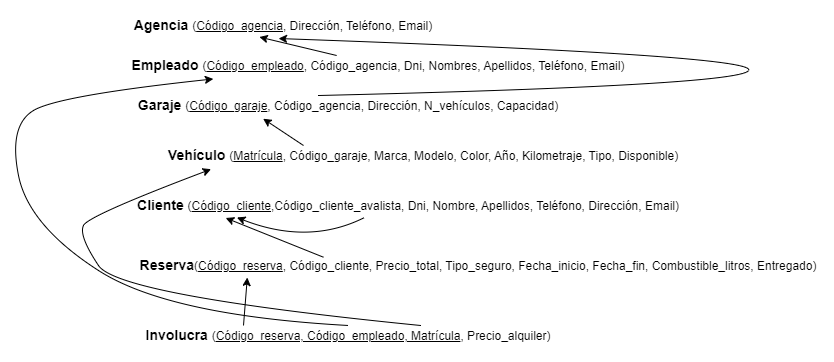
The draw.io diagram Grafo relacional. Alquiler de coches.drawio.png in Fabrizzioperilli/Rent-a-car, before a commit. Source tidied: cells renumbered, new cells last; positions are measured from the earlier drawing's top-left corner, leaving out a move shared by most shapes.
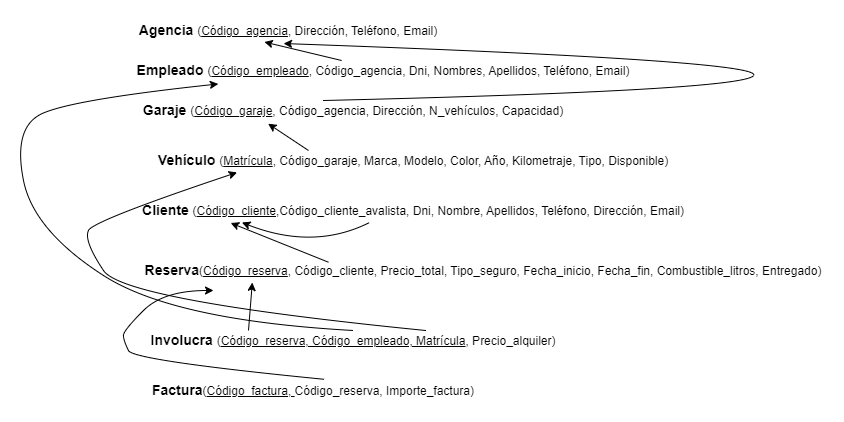
After the commit.

Commit message:
Cambios en todo el proyecto al incorporar la tabla factura

The edit, as a diff of the source:
```diff
@@ -15,7 +15,7 @@
       <mxGeometry x="120" y="80" width="440" height="20" as="geometry" />
     </mxCell>
     <mxCell id="6" value="&lt;b&gt;Vehículo&amp;nbsp;&lt;/b&gt;&lt;font style=&quot;font-size: 12px;&quot;&gt;(&lt;u&gt;Matrícula&lt;/u&gt;, Código_garaje, Marca, Modelo, Color, Año, Kilometraje, Tipo, Disponible)&lt;/font&gt;" style="text;html=1;strokeColor=none;fillColor=none;align=center;verticalAlign=middle;whiteSpace=wrap;rounded=0;fontSize=14;" parent="1" vertex="1">
-      <mxGeometry x="120" y="130" width="590" height="20" as="geometry" />
+      <mxGeometry x="105" y="130" width="590" height="20" as="geometry" />
     </mxCell>
     <mxCell id="7" style="endArrow=classic;html=1;rounded=0;fontSize=12;entryX=0.306;entryY=1.161;entryDx=0;entryDy=0;entryPerimeter=0;" parent="1" edge="1" target="5">
       <mxGeometry relative="1" as="geometry">
@@ -60,7 +60,7 @@
         </Array>
       </mxGeometry>
     </mxCell>
-    <mxCell id="15" style="curved=1;endArrow=classic;html=1;rounded=0;entryX=0.14;entryY=1.185;entryDx=0;entryDy=0;entryPerimeter=0;exitX=0.672;exitY=0;exitDx=0;exitDy=0;exitPerimeter=0;" parent="1" edge="1" source="8" target="6">
+    <mxCell id="15" style="curved=1;endArrow=classic;html=1;rounded=0;entryX=0.201;entryY=1.097;entryDx=0;entryDy=0;entryPerimeter=0;exitX=0.672;exitY=0;exitDx=0;exitDy=0;exitPerimeter=0;" parent="1" edge="1" source="8" target="6">
       <mxGeometry relative="1" as="geometry">
         <Array as="points">
           <mxPoint x="110" y="280" />
@@ -72,5 +72,19 @@
     <mxCell id="16" style="endArrow=classic;html=1;rounded=0;exitX=0.25;exitY=0;exitDx=0;exitDy=0;entryX=0.16;entryY=1.1;entryDx=0;entryDy=0;entryPerimeter=0;" parent="1" edge="1" source="8" target="10">
       <mxGeometry relative="1" as="geometry" />
     </mxCell>
+    <mxCell id="17" value="&lt;b&gt;Factura&lt;/b&gt;&lt;font style=&quot;font-size: 12px;&quot;&gt;(&lt;u&gt;Código_factura,&amp;nbsp;&lt;/u&gt;Código_reserva, Importe_factura)&lt;/font&gt;" style="text;html=1;strokeColor=none;fillColor=none;align=center;verticalAlign=middle;whiteSpace=wrap;rounded=0;fontSize=14;" parent="1" vertex="1">
+      <mxGeometry x="90" y="360" width="420" height="20" as="geometry" />
+    </mxCell>
+    <mxCell id="18" style="curved=1;endArrow=classic;html=1;rounded=0;exitX=0.526;exitY=-0.059;exitDx=0;exitDy=0;exitPerimeter=0;" parent="1" edge="1" source="17">
+      <mxGeometry relative="1" as="geometry">
+        <mxPoint x="200" y="270" as="targetPoint" />
+        <Array as="points">
+          <mxPoint x="120" y="340" />
+          <mxPoint x="110" y="320" />
+          <mxPoint x="110" y="310" />
+          <mxPoint x="150" y="270" />
+        </Array>
+      </mxGeometry>
+    </mxCell>
   </root>
 </mxGraphModel>
```
